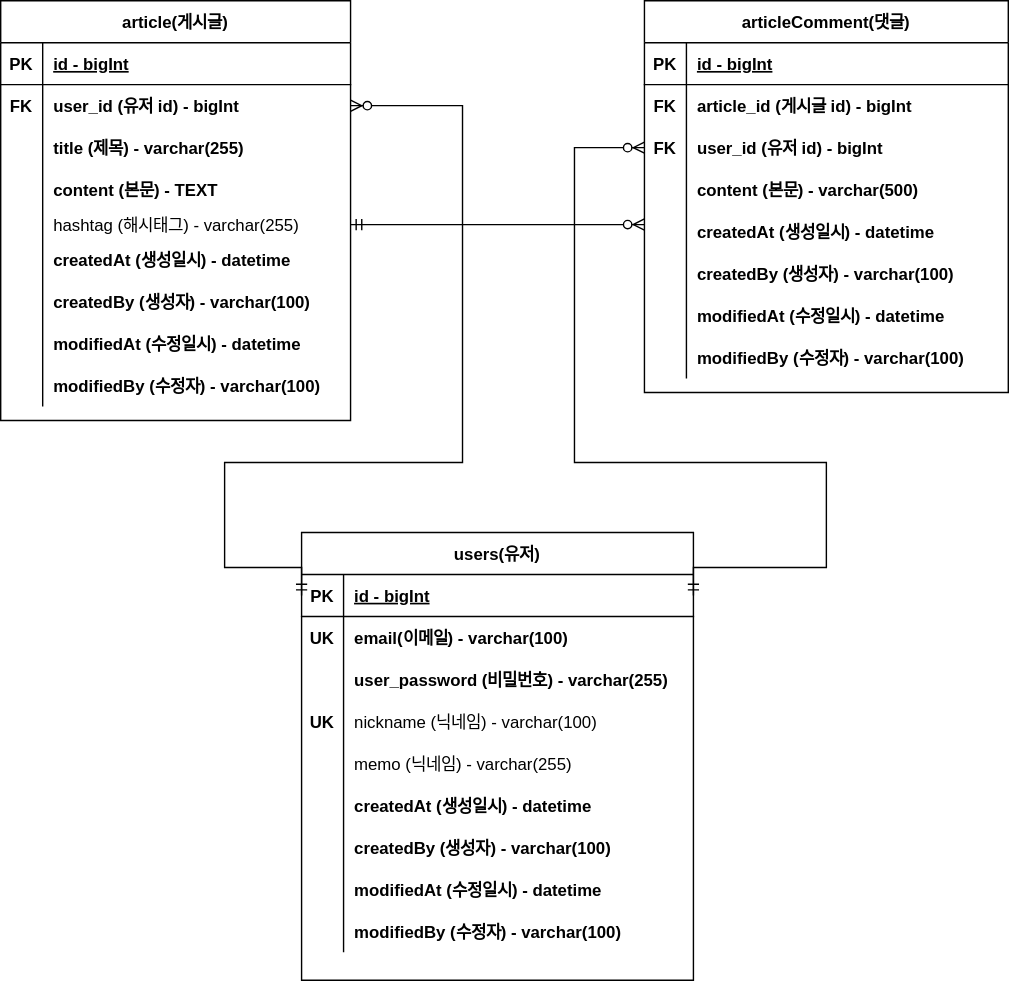
Before: document/project-board-erd.svg, a diagram exported from draw.io (haaeee/board-toy-project). Source tidied: cells renumbered, new cells last; positions are measured from the earlier drawing's top-left corner, leaving out a move shared by most shapes.
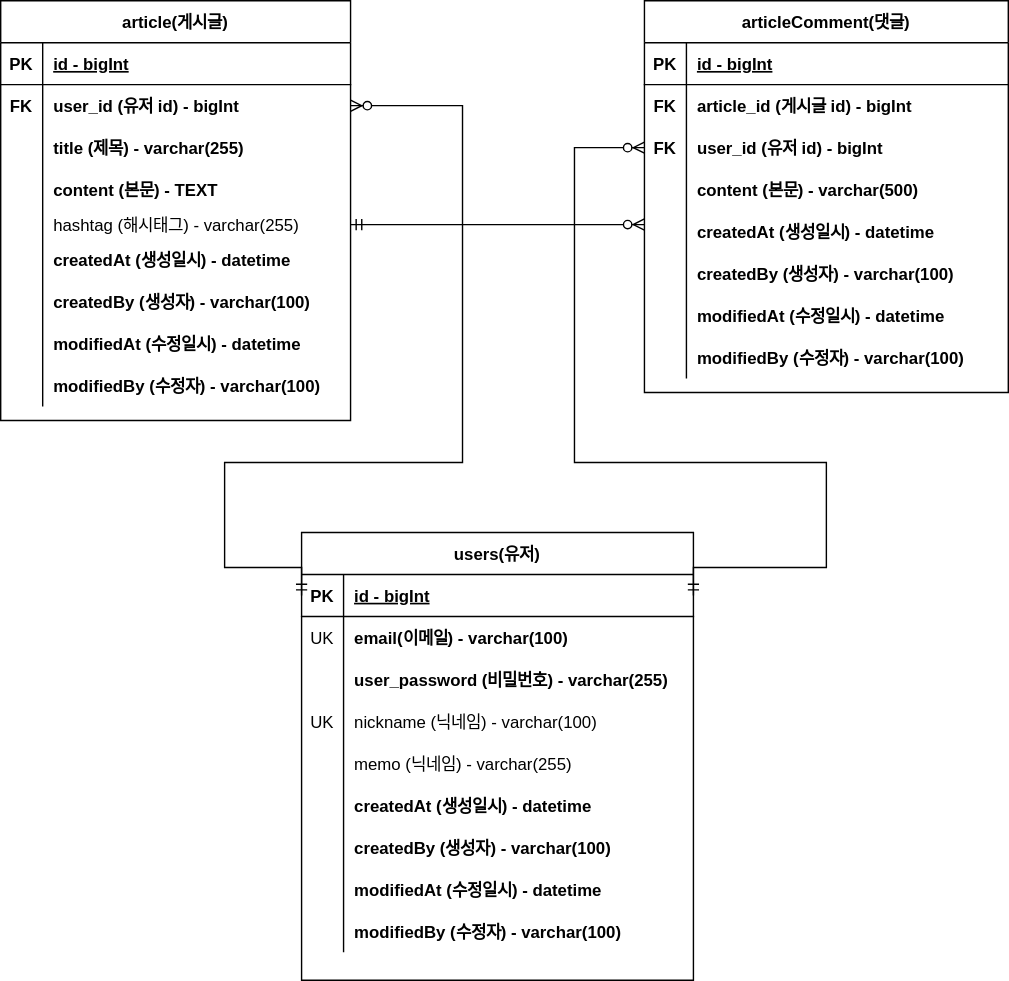
Above is the later version.

Commit message:
#36 - UK bold체 수정 project-board-erd.svg 업데이트

Diff of the diagram source:
```diff
@@ -179,7 +179,7 @@
     <mxCell id="60" style="shape=partialRectangle;fillColor=none;top=0;left=0;right=0;bottom=0;" parent="56" vertex="1">
       <mxGeometry y="60" width="280" height="30" as="geometry" />
     </mxCell>
-    <mxCell id="61" value="UK" style="shape=partialRectangle;overflow=hidden;fillColor=none;top=0;left=0;bottom=0;right=0;fontStyle=1;" parent="60" vertex="1">
+    <mxCell id="61" value="UK" style="shape=partialRectangle;overflow=hidden;fillColor=none;top=0;left=0;bottom=0;right=0;fontStyle=0;" parent="60" vertex="1">
       <mxGeometry width="30" height="30" as="geometry" />
     </mxCell>
     <mxCell id="62" value="email(이메일) - varchar(100)" style="shape=partialRectangle;overflow=hidden;fillColor=none;top=0;left=0;bottom=0;right=0;align=left;spacingLeft=6;fontStyle=1;" parent="60" vertex="1">
@@ -197,7 +197,7 @@
     <mxCell id="66" style="shape=partialRectangle;fillColor=none;top=0;left=0;right=0;bottom=0;" parent="56" vertex="1">
       <mxGeometry y="120" width="280" height="30" as="geometry" />
     </mxCell>
-    <mxCell id="67" value="UK" style="shape=partialRectangle;overflow=hidden;fillColor=none;top=0;left=0;bottom=0;right=0;fontStyle=1;" parent="66" vertex="1">
+    <mxCell id="67" value="UK" style="shape=partialRectangle;overflow=hidden;fillColor=none;top=0;left=0;bottom=0;right=0;fontStyle=0;" parent="66" vertex="1">
       <mxGeometry width="30" height="30" as="geometry" />
     </mxCell>
     <mxCell id="68" value="nickname (닉네임) - varchar(100)" style="shape=partialRectangle;overflow=hidden;fillColor=none;top=0;left=0;bottom=0;right=0;align=left;spacingLeft=6;" parent="66" vertex="1">
```
